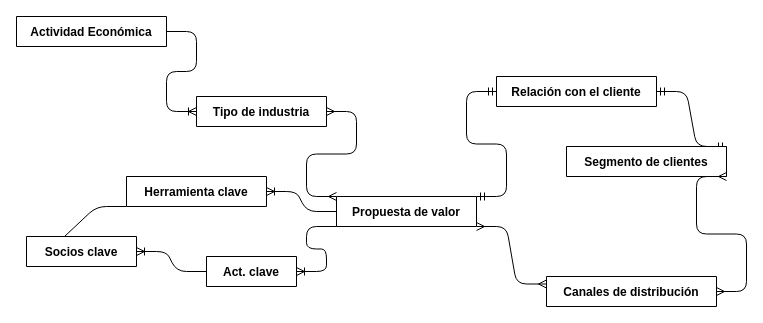
This is Untitled Diagram.drawio from IngBrian07/Proyecto1, a draw.io file, before an edit. Source tidied: cells renumbered, new cells numbered last; positions are measured from the earlier drawing's top-left corner, leaving out a move shared by most shapes. Both pictures are drawn from the tidied source at 100%, with x=0, y=0 at pixel (16, 16).
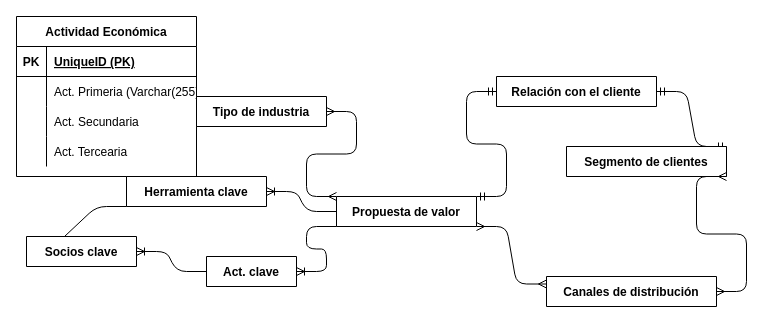
Above is the later version.

Diff of the diagram source:
```diff
@@
-    <mxCell id="7" value="Actividad Económica" style="shape=table;startSize=30;childLayout=tableLayout;rowLines=0;fontStyle=1;align=center;" parent="1" vertex="1" collapsed="1">
-      <mxGeometry width="150" height="30" as="geometry" />
+    <mxCell id="7" value="Actividad Económica" style="shape=table;startSize=30;childLayout=tableLayout;rowLines=0;fontStyle=1;align=center;" parent="1" vertex="1">
+      <mxGeometry width="180" height="160" as="geometry" />
     </mxCell>
+    <mxCell id="21" style="shape=partialRectangle;fillColor=none;top=0;left=0;bottom=1;right=0;" parent="7" vertex="1">
+      <mxGeometry y="30" width="180" height="30" as="geometry" />
+    </mxCell>
+    <mxCell id="22" value="PK" style="shape=partialRectangle;fillColor=none;top=0;left=0;bottom=0;right=0;fontStyle=1;overflow=hidden;" parent="21" vertex="1">
+      <mxGeometry width="30" height="30" as="geometry" />
+    </mxCell>
+    <mxCell id="23" value="UniqueID (PK)" style="shape=partialRectangle;fillColor=none;top=0;left=0;bottom=0;right=0;align=left;spacingLeft=6;fontStyle=5;overflow=hidden;" parent="21" vertex="1">
+      <mxGeometry x="30" width="150" height="30" as="geometry" />
+    </mxCell>
+    <mxCell id="24" style="shape=partialRectangle;fillColor=none;top=0;left=0;bottom=0;right=0;" parent="7" vertex="1">
+      <mxGeometry y="60" width="180" height="30" as="geometry" />
+    </mxCell>
+    <mxCell id="25" style="shape=partialRectangle;fillColor=none;top=0;left=0;bottom=0;right=0;overflow=hidden;" parent="24" vertex="1">
+      <mxGeometry width="30" height="30" as="geometry" />
+    </mxCell>
+    <mxCell id="26" value="Act. Primeria (Varchar(255)" style="shape=partialRectangle;fillColor=none;top=0;left=0;bottom=0;right=0;align=left;spacingLeft=6;overflow=hidden;" parent="24" vertex="1">
+      <mxGeometry x="30" width="150" height="30" as="geometry" />
+    </mxCell>
+    <mxCell id="27" style="shape=partialRectangle;fillColor=none;top=0;left=0;bottom=0;right=0;" parent="7" vertex="1">
+      <mxGeometry y="90" width="180" height="30" as="geometry" />
+    </mxCell>
+    <mxCell id="28" style="shape=partialRectangle;fillColor=none;top=0;left=0;bottom=0;right=0;overflow=hidden;" parent="27" vertex="1">
+      <mxGeometry width="30" height="30" as="geometry" />
+    </mxCell>
+    <mxCell id="29" value="Act. Secundaria" style="shape=partialRectangle;fillColor=none;top=0;left=0;bottom=0;right=0;align=left;spacingLeft=6;overflow=hidden;" parent="27" vertex="1">
+      <mxGeometry x="30" width="150" height="30" as="geometry" />
+    </mxCell>
+    <mxCell id="30" style="shape=partialRectangle;fillColor=none;top=0;left=0;bottom=0;right=0;" parent="7" vertex="1">
+      <mxGeometry y="120" width="180" height="30" as="geometry" />
+    </mxCell>
+    <mxCell id="31" style="shape=partialRectangle;fillColor=none;top=0;left=0;bottom=0;right=0;overflow=hidden;" parent="30" vertex="1">
+      <mxGeometry width="30" height="30" as="geometry" />
+    </mxCell>
+    <mxCell id="32" value="Act. Tercearia" style="shape=partialRectangle;fillColor=none;top=0;left=0;bottom=0;right=0;align=left;spacingLeft=6;overflow=hidden;" parent="30" vertex="1">
+      <mxGeometry x="30" width="150" height="30" as="geometry" />
+    </mxCell>
```
